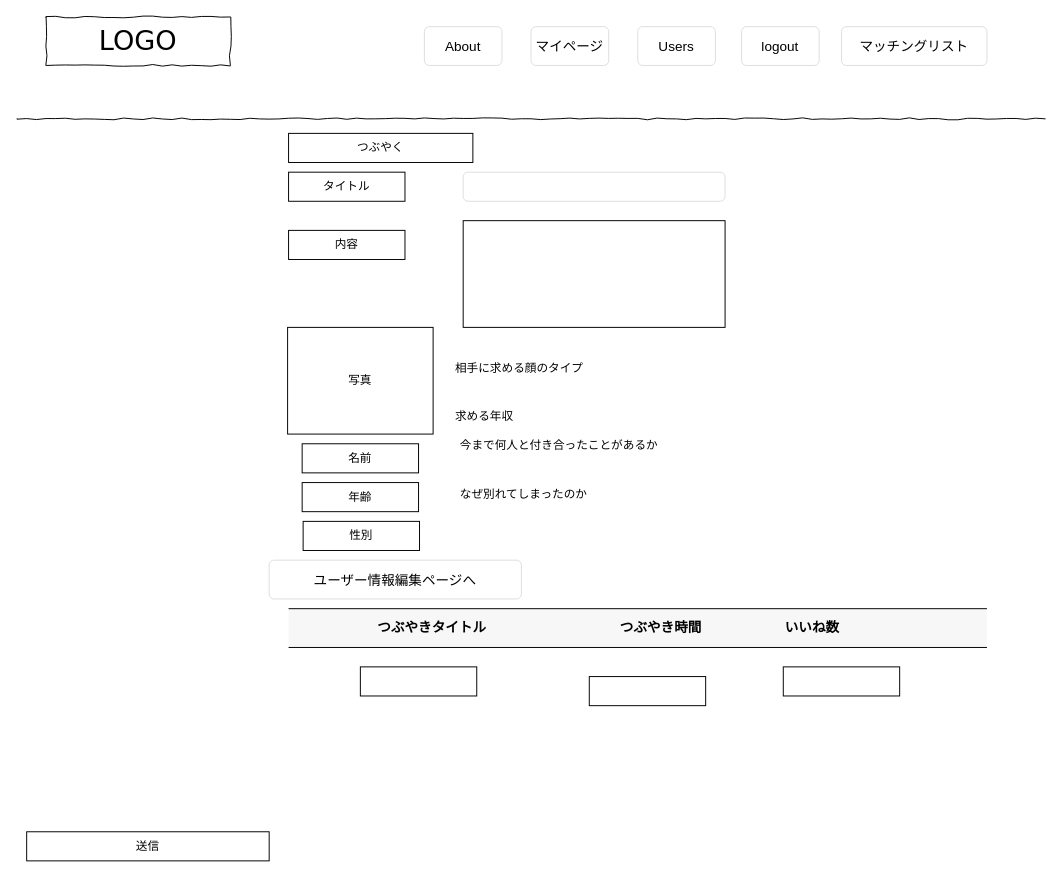
The draw.io diagram page "マイページ" (7 of 16) of 名称未設定ファイル.drawio in kyon-kyon/writer-match, before the edit. Source tidied: cells renumbered, new cells numbered last; positions are measured from the earlier drawing's top-left corner, leaving out a move shared by most shapes. Both pictures are drawn from the tidied source at 97%, with x=0, y=0 at pixel (16, 16).
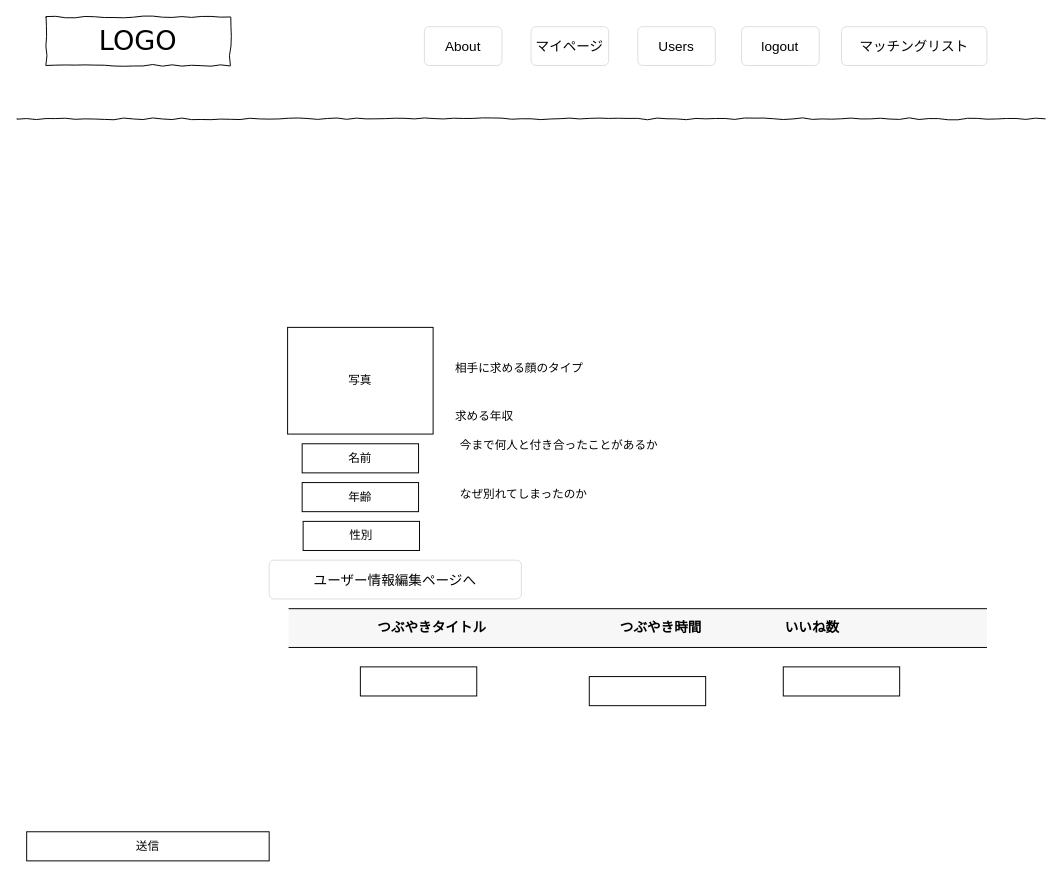
After the change.

Commit message:
名称未設定ファイル.drawio を更新します

Change to the diagram source:
```diff
@@
-    <mxCell id="26" style="rounded=0;whiteSpace=wrap;html=1;" parent="1" vertex="1">
-      <mxGeometry x="460" y="210" width="270" height="110" as="geometry" />
-    </mxCell>
-    <mxCell id="27" value="つぶやく" style="rounded=0;whiteSpace=wrap;html=1;" parent="1" vertex="1">
-      <mxGeometry x="280" y="120" width="190" height="30" as="geometry" />
-    </mxCell>
-    <mxCell id="28" value="タイトル" style="rounded=0;whiteSpace=wrap;html=1;" parent="1" vertex="1">
-      <mxGeometry x="280" y="160" width="120" height="30" as="geometry" />
-    </mxCell>
-    <mxCell id="29" style="html=1;shadow=0;dashed=0;shape=mxgraph.bootstrap.rrect;rSize=5;strokeColor=#dddddd;align=center;fontSize=16;whiteSpace=wrap;fillColor=#FFFFFF;" parent="1" vertex="1">
-      <mxGeometry x="460" y="160" width="270" height="30" as="geometry" />
-    </mxCell>
-    <mxCell id="30" value="内容" style="rounded=0;whiteSpace=wrap;html=1;" parent="1" vertex="1">
-      <mxGeometry x="280" y="220" width="120" height="30" as="geometry" />
-    </mxCell>
```
